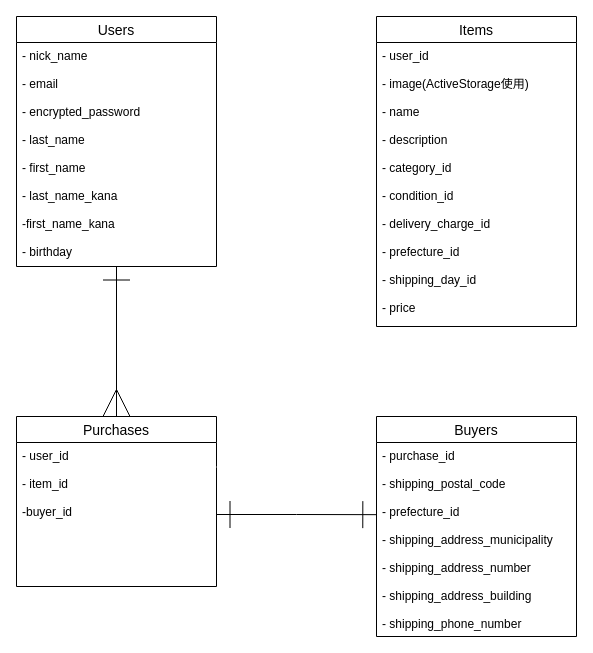
Above: furima-34745.dio in saotome88/furima-34745 (draw.io), before the change. Source tidied: cells renumbered, new cells numbered last; positions are measured from the earlier drawing's top-left corner, leaving out a move shared by most shapes. Both pictures are drawn from the tidied source at 100%, with x=0, y=0 at pixel (16, 16).
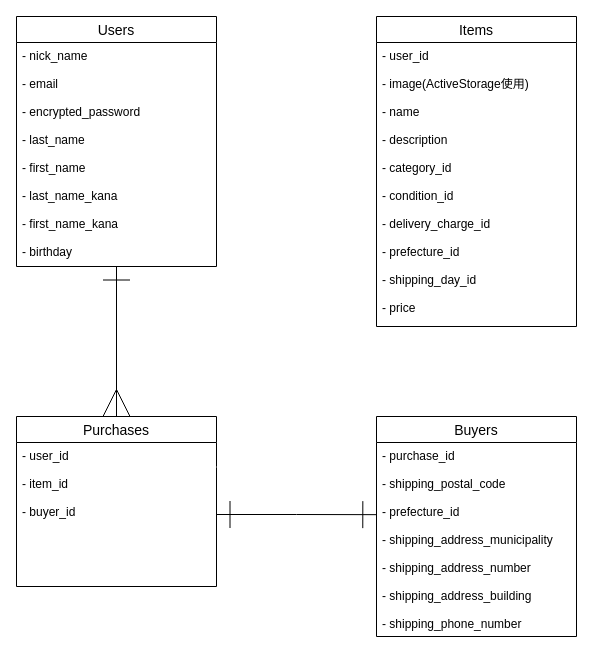
Above is the later version.

Change to the diagram source:
```diff
@@
 <mxGraphModel>
   <root>
     <mxCell id="0" />
     <mxCell id="1" parent="0" />
     <mxCell id="2" style="edgeStyle=orthogonalEdgeStyle;rounded=0;jettySize=auto;html=1;exitX=-0.01;exitY=0.265;exitDx=0;exitDy=0;entryX=1.015;entryY=0.332;entryDx=0;entryDy=0;entryPerimeter=0;exitPerimeter=0;strokeWidth=1;endArrow=ERone;endFill=0;jumpSize=6;strokeColor=#FFFFFF;endSize=25;startSize=25;startArrow=ERmany;startFill=0;" parent="1" edge="1" source="4" target="11">
       <mxGeometry relative="1" as="geometry" />
     </mxCell>
     <mxCell id="3" value="Items" style="swimlane;fontStyle=0;horizontal=1;startSize=26;align=center;fontSize=14;" parent="1" vertex="1">
       <mxGeometry x="360" width="200" height="310" as="geometry" />
     </mxCell>
     <mxCell id="4" value="- user_id&#10;&#10;- image(ActiveStorage使用)&#10;&#10;- name&#10;&#10;- description&#10;&#10;- category_id&#10;&#10;- condition_id&#10;&#10;- delivery_charge_id&#10;&#10;- prefecture_id&#10;&#10;- shipping_day_id&#10;&#10;- price" style="text;strokeColor=none;fillColor=none;spacingLeft=4;spacingRight=4;overflow=hidden;points=[[0,0.5],[1,0.5]];portConstraint=eastwest;fontSize=12;" parent="3" vertex="1">
       <mxGeometry y="26" width="200" height="284" as="geometry" />
     </mxCell>
     <mxCell id="5" value="Purchases" style="swimlane;fontStyle=0;horizontal=1;startSize=26;align=center;fontSize=14;" parent="1" vertex="1">
       <mxGeometry y="400" width="200" height="170" as="geometry" />
     </mxCell>
-    <mxCell id="6" value="- user_id&#10;&#10;- item_id&#10;&#10;-buyer_id" style="text;strokeColor=none;fillColor=none;spacingLeft=4;spacingRight=4;overflow=hidden;points=[[0,0.5],[1,0.5]];portConstraint=eastwest;fontSize=12;" parent="5" vertex="1">
+    <mxCell id="6" value="- user_id&#10;&#10;- item_id&#10;&#10;- buyer_id" style="text;strokeColor=none;fillColor=none;spacingLeft=4;spacingRight=4;overflow=hidden;points=[[0,0.5],[1,0.5]];portConstraint=eastwest;fontSize=12;" parent="5" vertex="1">
       <mxGeometry y="26" width="200" height="144" as="geometry" />
     </mxCell>
     <mxCell id="7" style="edgeStyle=orthogonalEdgeStyle;rounded=0;jettySize=auto;html=1;entryX=0.5;entryY=0;entryDx=0;entryDy=0;endArrow=ERmany;endFill=0;startArrow=ERone;startFill=0;endSize=25;startSize=25;" parent="1" edge="1" source="8" target="5">
       <mxGeometry relative="1" as="geometry" />
     </mxCell>
     <mxCell id="8" value="Users" style="swimlane;fontStyle=0;horizontal=1;startSize=26;align=center;fontSize=14;" parent="1" vertex="1">
       <mxGeometry width="200" height="250" as="geometry" />
     </mxCell>
     <mxCell id="9" value="Buyers" style="swimlane;fontStyle=0;horizontal=1;startSize=26;align=center;fontSize=14;" parent="1" vertex="1">
       <mxGeometry x="360" y="400" width="200" height="220" as="geometry" />
     </mxCell>
     <mxCell id="10" value="- purchase_id&#10;&#10;- shipping_postal_code&#10;&#10;- prefecture_id&#10;&#10;- shipping_address_municipality&#10;&#10;- shipping_address_number&#10;&#10;- shipping_address_building&#10;&#10;- shipping_phone_number" style="text;strokeColor=none;fillColor=none;spacingLeft=4;spacingRight=4;overflow=hidden;points=[[0,0.5],[1,0.5]];portConstraint=eastwest;fontSize=12;" parent="9" vertex="1">
       <mxGeometry y="26" width="200" height="194" as="geometry" />
     </mxCell>
-    <mxCell id="11" value="- nick_name&#10;&#10;- email&#10;&#10;- encrypted_password&#10;&#10;- last_name&#10;&#10;- first_name&#10;&#10;- last_name_kana&#10;&#10;-first_name_kana&#10;&#10;- birthday" style="text;strokeColor=none;fillColor=none;spacingLeft=4;spacingRight=4;overflow=hidden;points=[[0,0.5],[1,0.5]];portConstraint=eastwest;fontSize=12;" parent="1" vertex="1">
+    <mxCell id="11" value="- nick_name&#10;&#10;- email&#10;&#10;- encrypted_password&#10;&#10;- last_name&#10;&#10;- first_name&#10;&#10;- last_name_kana&#10;&#10;- first_name_kana&#10;&#10;- birthday" style="text;strokeColor=none;fillColor=none;spacingLeft=4;spacingRight=4;overflow=hidden;points=[[0,0.5],[1,0.5]];portConstraint=eastwest;fontSize=12;" parent="1" vertex="1">
       <mxGeometry y="26" width="200" height="224" as="geometry" />
     </mxCell>
     <mxCell id="12" style="edgeStyle=orthogonalEdgeStyle;rounded=0;jumpSize=6;jettySize=auto;html=1;exitX=1;exitY=0.5;exitDx=0;exitDy=0;entryX=0.51;entryY=1.008;entryDx=0;entryDy=0;entryPerimeter=0;startArrow=ERone;startFill=0;startSize=25;endArrow=ERone;endFill=0;endSize=25;strokeColor=#FFFFFF;strokeWidth=1;" parent="1" edge="1" target="4">
       <mxGeometry relative="1" as="geometry">
         <mxPoint x="200" y="450.5" as="sourcePoint" />
         <Array as="points">
           <mxPoint x="240" y="451" />
           <mxPoint x="240" y="380" />
           <mxPoint x="462" y="380" />
         </Array>
       </mxGeometry>
     </mxCell>
     <mxCell id="13" style="edgeStyle=orthogonalEdgeStyle;rounded=0;jettySize=auto;html=1;exitX=1;exitY=0.5;exitDx=0;exitDy=0;entryX=-0.001;entryY=0.372;entryDx=0;entryDy=0;entryPerimeter=0;endSize=25;startSize=25;endArrow=ERone;endFill=0;startArrow=ERone;startFill=0;" parent="1" edge="1" source="6" target="10">
       <mxGeometry relative="1" as="geometry" />
     </mxCell>
   </root>
 </mxGraphModel>
```
